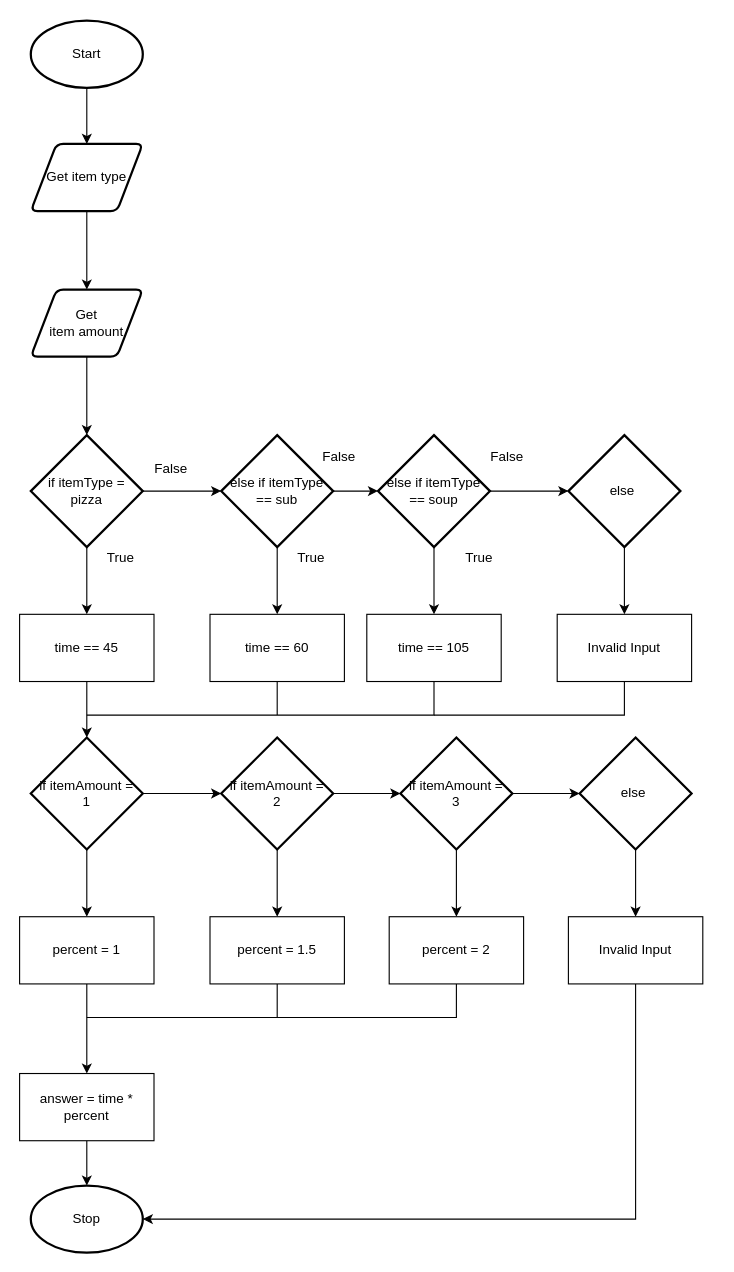
This is flowchart_folder/flowchart.drawio from Huzaifa-Khalid-2/ics4u-unit1-03-typescript, a draw.io file, before an edit. Source tidied: cells renumbered, new cells numbered last; positions are measured from the earlier drawing's top-left corner, leaving out a move shared by most shapes. Both pictures are drawn from the tidied source at 112%, with x=0, y=0 at pixel (19, 20).
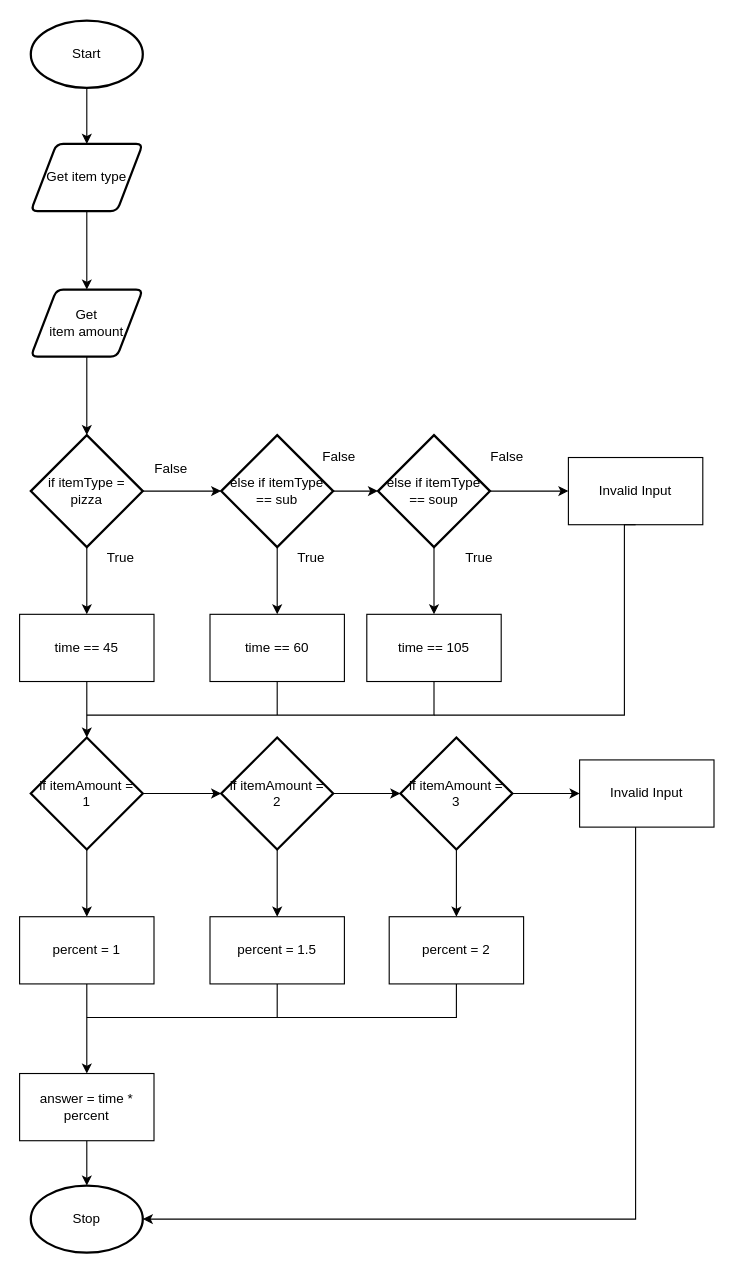
After the change.

The change refers to these unchanged cells:
```xml
<mxCell id="20" value="else if itemType == soup" style="strokeWidth=2;html=1;shape=mxgraph.flowchart.decision;whiteSpace=wrap;" parent="1" vertex="1">
  <mxGeometry x="320" y="370" width="100" height="100" as="geometry" />
</mxCell>
```

What changed in the source:
```diff
@@
-    <mxCell id="19" style="edgeStyle=none;html=1;entryX=0;entryY=0.5;entryDx=0;entryDy=0;entryPerimeter=0;" parent="1" edge="1" source="20" target="23">
-      <mxGeometry relative="1" as="geometry" />
+    <mxCell id="19" style="edgeStyle=none;html=1;entryX=0;entryY=0.5;entryDx=0;entryDy=0;entryPerimeter=0;" parent="1" edge="1" source="20">
+      <mxGeometry relative="1" as="geometry">
+        <mxPoint x="490" y="420" as="targetPoint" />
+      </mxGeometry>
     </mxCell>
@@
-    <mxCell id="22" style="edgeStyle=none;html=1;" parent="1" edge="1" source="23">
-      <mxGeometry relative="1" as="geometry">
-        <mxPoint x="540" y="530" as="targetPoint" />
-      </mxGeometry>
-    </mxCell>
-    <mxCell id="23" value="else&amp;nbsp;" style="strokeWidth=2;html=1;shape=mxgraph.flowchart.decision;whiteSpace=wrap;" parent="1" vertex="1">
-      <mxGeometry x="490" y="370" width="100" height="100" as="geometry" />
-    </mxCell>
@@
-    <mxCell id="47" style="edgeStyle=elbowEdgeStyle;rounded=0;html=1;" parent="1" edge="1" source="48">
-      <mxGeometry relative="1" as="geometry">
-        <mxPoint x="550" y="800" as="targetPoint" />
-      </mxGeometry>
-    </mxCell>
-    <mxCell id="48" value="else&amp;nbsp;" style="strokeWidth=2;html=1;shape=mxgraph.flowchart.decision;whiteSpace=wrap;" parent="1" vertex="1">
-      <mxGeometry x="500" y="640" width="100" height="100" as="geometry" />
-    </mxCell>
     <mxCell id="49" value="Invalid Input" style="rounded=0;whiteSpace=wrap;html=1;" parent="1" vertex="1">
-      <mxGeometry x="480" y="530" width="120" height="60" as="geometry" />
+      <mxGeometry x="490" y="390" width="120" height="60" as="geometry" />
     </mxCell>
@@
     <mxCell id="52" value="Invalid Input" style="rounded=0;whiteSpace=wrap;html=1;" parent="1" vertex="1">
-      <mxGeometry x="490" y="800" width="120" height="60" as="geometry" />
+      <mxGeometry x="500" y="660" width="120" height="60" as="geometry" />
     </mxCell>
```
